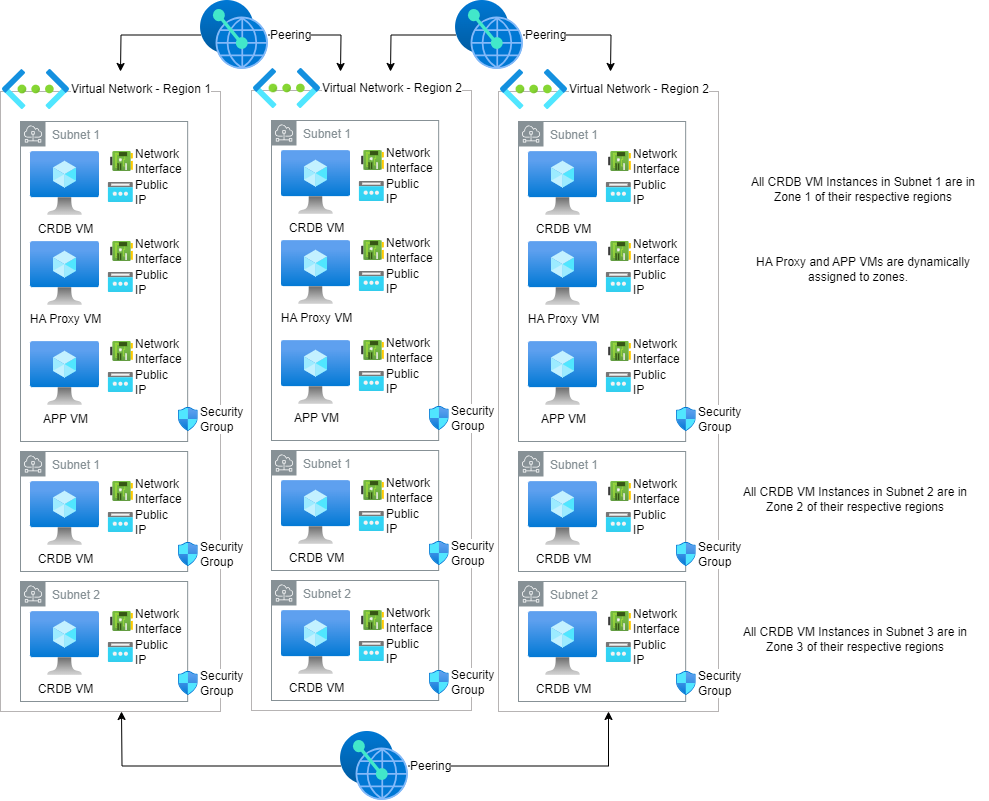
Above: resources/azure-multi-regon.drawio.png in nollenr/AZURE-Terraform-CRDB-Multi-Region (draw.io), before the change. Source tidied: cells renumbered, new cells last; positions are measured from the earlier drawing's top-left corner, leaving out a move shared by most shapes.
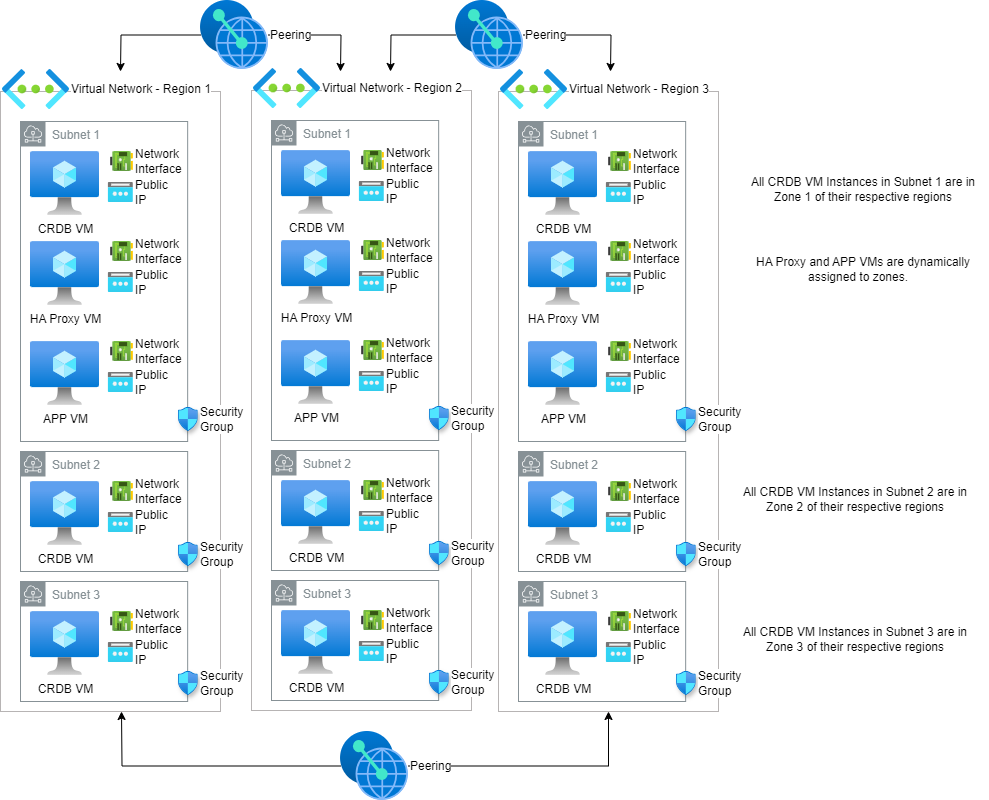
The same file after the commit.

Commit message:
Updated MR to match the changes in the signle region module.

What changed in the source:
```diff
@@ -75,7 +75,7 @@
     <mxCell id="24" style="group;" parent="7" vertex="1">
       <mxGeometry x="20" y="360" width="179.8" height="120" as="geometry" />
     </mxCell>
-    <mxCell id="25" value="Subnet 1" style="sketch=0;gradientColor=none;html=1;whiteSpace=wrap;fontSize=12;fontStyle=0;shape=mxgraph.aws4.group;grIcon=mxgraph.aws4.group_subnet;strokeColor=#879196;fillColor=none;verticalAlign=top;align=left;spacingLeft=30;fontColor=#879196;dashed=0;" parent="24" vertex="1">
+    <mxCell id="25" value="Subnet 2" style="sketch=0;gradientColor=none;html=1;whiteSpace=wrap;fontSize=12;fontStyle=0;shape=mxgraph.aws4.group;grIcon=mxgraph.aws4.group_subnet;strokeColor=#879196;fillColor=none;verticalAlign=top;align=left;spacingLeft=30;fontColor=#879196;dashed=0;" parent="24" vertex="1">
       <mxGeometry width="167.2" height="120" as="geometry" />
     </mxCell>
     <mxCell id="26" style="group;" parent="24" vertex="1">
@@ -96,7 +96,7 @@
     <mxCell id="31" style="group;" parent="7" vertex="1">
       <mxGeometry x="20" y="490" width="179.8" height="120" as="geometry" />
     </mxCell>
-    <mxCell id="32" value="Subnet 2" style="sketch=0;gradientColor=none;html=1;whiteSpace=wrap;fontSize=12;fontStyle=0;shape=mxgraph.aws4.group;grIcon=mxgraph.aws4.group_subnet;strokeColor=#879196;fillColor=none;verticalAlign=top;align=left;spacingLeft=30;fontColor=#879196;dashed=0;" parent="31" vertex="1">
+    <mxCell id="32" value="Subnet 3" style="sketch=0;gradientColor=none;html=1;whiteSpace=wrap;fontSize=12;fontStyle=0;shape=mxgraph.aws4.group;grIcon=mxgraph.aws4.group_subnet;strokeColor=#879196;fillColor=none;verticalAlign=top;align=left;spacingLeft=30;fontColor=#879196;dashed=0;" parent="31" vertex="1">
       <mxGeometry width="167.2" height="120" as="geometry" />
     </mxCell>
     <mxCell id="33" style="group;" parent="31" vertex="1">
@@ -177,7 +177,7 @@
     <mxCell id="58" style="group;" parent="41" vertex="1">
       <mxGeometry x="20" y="360" width="179.8" height="120" as="geometry" />
     </mxCell>
-    <mxCell id="59" value="Subnet 1" style="sketch=0;gradientColor=none;html=1;whiteSpace=wrap;fontSize=12;fontStyle=0;shape=mxgraph.aws4.group;grIcon=mxgraph.aws4.group_subnet;strokeColor=#879196;fillColor=none;verticalAlign=top;align=left;spacingLeft=30;fontColor=#879196;dashed=0;" parent="58" vertex="1">
+    <mxCell id="59" value="Subnet 2" style="sketch=0;gradientColor=none;html=1;whiteSpace=wrap;fontSize=12;fontStyle=0;shape=mxgraph.aws4.group;grIcon=mxgraph.aws4.group_subnet;strokeColor=#879196;fillColor=none;verticalAlign=top;align=left;spacingLeft=30;fontColor=#879196;dashed=0;" parent="58" vertex="1">
       <mxGeometry width="167.2" height="120" as="geometry" />
     </mxCell>
     <mxCell id="60" style="group;" parent="58" vertex="1">
@@ -198,7 +198,7 @@
     <mxCell id="65" style="group;" parent="41" vertex="1">
       <mxGeometry x="20" y="490" width="179.8" height="120" as="geometry" />
     </mxCell>
-    <mxCell id="66" value="Subnet 2" style="sketch=0;gradientColor=none;html=1;whiteSpace=wrap;fontSize=12;fontStyle=0;shape=mxgraph.aws4.group;grIcon=mxgraph.aws4.group_subnet;strokeColor=#879196;fillColor=none;verticalAlign=top;align=left;spacingLeft=30;fontColor=#879196;dashed=0;" parent="65" vertex="1">
+    <mxCell id="66" value="Subnet 3" style="sketch=0;gradientColor=none;html=1;whiteSpace=wrap;fontSize=12;fontStyle=0;shape=mxgraph.aws4.group;grIcon=mxgraph.aws4.group_subnet;strokeColor=#879196;fillColor=none;verticalAlign=top;align=left;spacingLeft=30;fontColor=#879196;dashed=0;" parent="65" vertex="1">
       <mxGeometry width="167.2" height="120" as="geometry" />
     </mxCell>
     <mxCell id="67" style="group;" parent="65" vertex="1">
@@ -279,7 +279,7 @@
     <mxCell id="92" style="group;" parent="75" vertex="1">
       <mxGeometry x="20" y="360" width="179.8" height="120" as="geometry" />
     </mxCell>
-    <mxCell id="93" value="Subnet 1" style="sketch=0;gradientColor=none;html=1;whiteSpace=wrap;fontSize=12;fontStyle=0;shape=mxgraph.aws4.group;grIcon=mxgraph.aws4.group_subnet;strokeColor=#879196;fillColor=none;verticalAlign=top;align=left;spacingLeft=30;fontColor=#879196;dashed=0;" parent="92" vertex="1">
+    <mxCell id="93" value="Subnet 2" style="sketch=0;gradientColor=none;html=1;whiteSpace=wrap;fontSize=12;fontStyle=0;shape=mxgraph.aws4.group;grIcon=mxgraph.aws4.group_subnet;strokeColor=#879196;fillColor=none;verticalAlign=top;align=left;spacingLeft=30;fontColor=#879196;dashed=0;" parent="92" vertex="1">
       <mxGeometry width="167.2" height="120" as="geometry" />
     </mxCell>
     <mxCell id="94" style="group;" parent="92" vertex="1">
@@ -300,7 +300,7 @@
     <mxCell id="99" style="group;" parent="75" vertex="1">
       <mxGeometry x="20" y="490" width="179.8" height="120" as="geometry" />
     </mxCell>
-    <mxCell id="100" value="Subnet 2" style="sketch=0;gradientColor=none;html=1;whiteSpace=wrap;fontSize=12;fontStyle=0;shape=mxgraph.aws4.group;grIcon=mxgraph.aws4.group_subnet;strokeColor=#879196;fillColor=none;verticalAlign=top;align=left;spacingLeft=30;fontColor=#879196;dashed=0;" parent="99" vertex="1">
+    <mxCell id="100" value="Subnet 3" style="sketch=0;gradientColor=none;html=1;whiteSpace=wrap;fontSize=12;fontStyle=0;shape=mxgraph.aws4.group;grIcon=mxgraph.aws4.group_subnet;strokeColor=#879196;fillColor=none;verticalAlign=top;align=left;spacingLeft=30;fontColor=#879196;dashed=0;" parent="99" vertex="1">
       <mxGeometry width="167.2" height="120" as="geometry" />
     </mxCell>
     <mxCell id="101" style="group;" parent="99" vertex="1">
@@ -330,7 +330,7 @@
     <mxCell id="109" value="HA Proxy and APP VMs are dynamically assigned to zones.&amp;nbsp; &amp;nbsp;" style="text;html=1;strokeColor=none;fillColor=none;align=center;verticalAlign=middle;whiteSpace=wrap;rounded=0;" parent="74" vertex="1">
       <mxGeometry x="220" y="140" width="230" height="36" as="geometry" />
     </mxCell>
-    <mxCell id="110" value="Virtual Network - Region 2" style="image;html=1;align=left;fontSize=12;image=img/lib/azure2/networking/Virtual_Networks.svg;labelPosition=right;verticalLabelPosition=middle;verticalAlign=middle;" parent="73" vertex="1">
+    <mxCell id="110" value="Virtual Network - Region 3" style="image;html=1;align=left;fontSize=12;image=img/lib/azure2/networking/Virtual_Networks.svg;labelPosition=right;verticalLabelPosition=middle;verticalAlign=middle;" parent="73" vertex="1">
       <mxGeometry width="67" height="40" as="geometry" />
     </mxCell>
     <mxCell id="111" style="edgeStyle=orthogonalEdgeStyle;rounded=0;jettySize=auto;html=1;" parent="1" edge="1" source="113">
```
